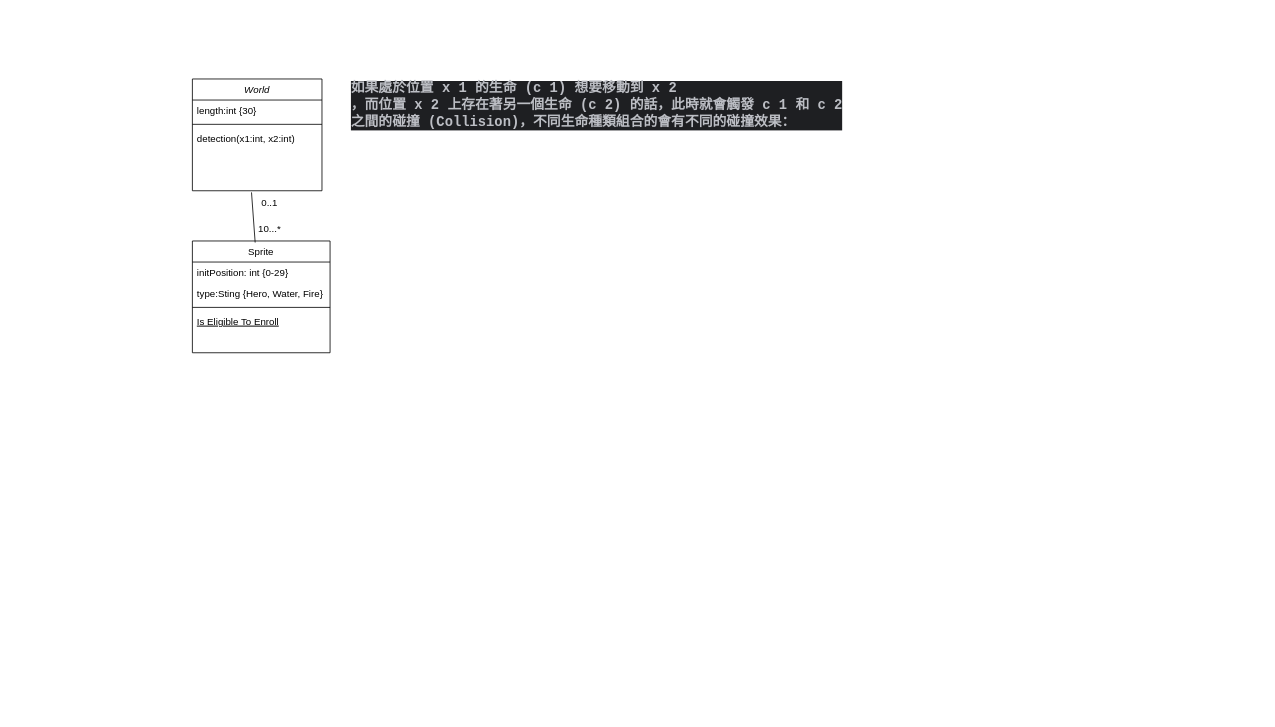
The draw.io diagram 未命名绘图.drawio in chi252525/UML, before the edit. Source tidied: cells renumbered, new cells numbered last; positions are measured from the earlier drawing's top-left corner, leaving out a move shared by most shapes. Both pictures are drawn from the tidied source at 81%, with x=0, y=0 at pixel (192, 62).
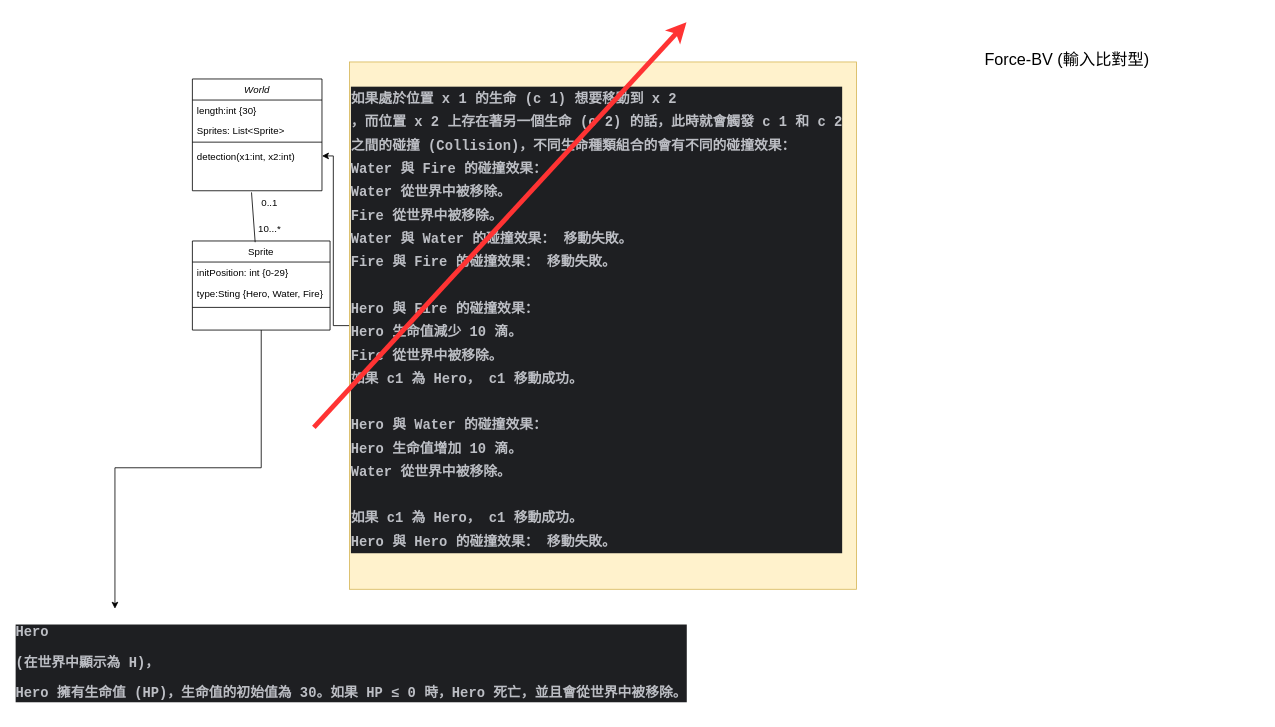
The same diagram, later.

Commit message:
更新未命名绘图.drawio

The change refers to these unchanged cells:
```xml
<mxCell id="2" value="World" style="swimlane;fontStyle=2;align=center;verticalAlign=top;horizontal=1;startSize=26;rounded=0;shadow=0;strokeWidth=1;" parent="1" vertex="1">
  <mxGeometry y="21" width="160" height="138" as="geometry" />
</mxCell>
```

The edit, as a diff of the source:
```diff
@@
     <mxCell id="3" value="length:int {30}" style="text;align=left;verticalAlign=top;spacingLeft=4;spacingRight=4;overflow=hidden;" parent="2" vertex="1">
-      <mxGeometry y="26" width="160" height="26" as="geometry" />
+      <mxGeometry y="26" width="160" height="24" as="geometry" />
     </mxCell>
+    <mxCell id="15" value="Sprites: List&lt;Sprite&gt;" style="text;align=left;verticalAlign=top;spacingLeft=4;spacingRight=4;overflow=hidden;" parent="2" vertex="1">
+      <mxGeometry y="50" width="160" height="24" as="geometry" />
+    </mxCell>
     <mxCell id="4" style="line;html=1;strokeWidth=1;align=left;verticalAlign=middle;spacingTop=-1;spacingLeft=3;spacingRight=3;labelPosition=right;" parent="2" vertex="1">
-      <mxGeometry y="52" width="160" height="8" as="geometry" />
+      <mxGeometry y="74" width="160" height="8" as="geometry" />
     </mxCell>
     <mxCell id="5" value="detection(x1:int, x2:int)" style="text;align=left;verticalAlign=top;spacingLeft=4;spacingRight=4;overflow=hidden;points=[[0,0.5],[1,0.5]];portConstraint=eastwest;" parent="2" vertex="1">
-      <mxGeometry y="60" width="160" height="26" as="geometry" />
+      <mxGeometry y="82" width="160" height="26" as="geometry" />
     </mxCell>
     <mxCell id="6" value="Sprite" style="swimlane;fontStyle=0;align=center;verticalAlign=top;horizontal=1;startSize=26;rounded=0;shadow=0;strokeWidth=1;" parent="1" vertex="1">
-      <mxGeometry y="221" width="170" height="138" as="geometry" />
+      <mxGeometry y="221" width="170" height="110" as="geometry" />
     </mxCell>
@@
-    <mxCell id="10" value="Is Eligible To Enroll" style="text;align=left;verticalAlign=top;spacingLeft=4;spacingRight=4;overflow=hidden;fontStyle=4;" parent="6" vertex="1">
-      <mxGeometry y="86" width="170" height="26" as="geometry" />
-    </mxCell>
@@
+    <mxCell id="16" style="edgeStyle=orthogonalEdgeStyle;rounded=0;jettySize=auto;html=1;" parent="1" edge="1" source="14" target="5">
+      <mxGeometry relative="1" as="geometry" />
+    </mxCell>
-    <mxCell id="14" value="&lt;h1 style=&quot;margin-top: 0px;&quot;&gt;&lt;div style=&quot;background-color:#1e1f22;color:#bcbec4&quot;&gt;&lt;pre style=&quot;font-family:'Menlo-Regular',monospace;font-size:12.8pt;&quot;&gt;如果處於位置&lt;span style=&quot;font-family:'Source Code Pro',monospace;&quot;&gt; x 1 &lt;/span&gt;的生命 &lt;span style=&quot;font-family:'Source Code Pro',monospace;&quot;&gt;(c 1) &lt;/span&gt;想要移動到&lt;span style=&quot;font-family:'Source Code Pro',monospace;&quot;&gt; x 2&lt;br&gt;&lt;/span&gt;，而位置&lt;span style=&quot;font-family:'Source Code Pro',monospace;&quot;&gt; x 2 &lt;/span&gt;上存在著另一個生命 &lt;span style=&quot;font-family:'Source Code Pro',monospace;&quot;&gt;(c 2) &lt;/span&gt;的話，此時就會觸發&lt;span style=&quot;font-family:'Source Code Pro',monospace;&quot;&gt; c 1 &lt;/span&gt;和&lt;span style=&quot;font-family:'Source Code Pro',monospace;&quot;&gt; c 2&lt;br&gt;&lt;/span&gt;之間的碰撞 &lt;span style=&quot;font-family:'Source Code Pro',monospace;&quot;&gt;(Collision)&lt;/span&gt;，不同生命種類組合的會有不同的碰撞效果：&lt;/pre&gt;&lt;/div&gt;&lt;/h1&gt;" style="text;html=1;whiteSpace=wrap;overflow=hidden;rounded=0;" parent="1" vertex="1">
-      <mxGeometry x="194" width="626" height="120" as="geometry" />
+    <mxCell id="14" value="&lt;h1 style=&quot;margin-top: 0px;&quot;&gt;&lt;div style=&quot;background-color: rgb(30, 31, 34); color: rgb(188, 190, 196);&quot;&gt;&lt;pre style=&quot;&quot;&gt;&lt;font face=&quot;Menlo-Regular, monospace&quot; color=&quot;#bcbec4&quot;&gt;&lt;span style=&quot;font-size: 17.0667px;&quot;&gt;如果處於位置 x 1 的生命 (c 1) 想要移動到 x 2&lt;br/&gt;，而位置 x 2 上存在著另一個生命 (c 2) 的話，此時就會觸發 c 1 和 c 2&lt;br/&gt;之間的碰撞 (Collision)，不同生命種類組合的會有不同的碰撞效果：&lt;br/&gt;Water 與 Fire 的碰撞效果：&lt;br/&gt;Water 從世界中被移除。&lt;br/&gt;Fire 從世界中被移除。&lt;br/&gt;Water 與 Water 的碰撞效果： 移動失敗。&lt;br/&gt;Fire 與 Fire 的碰撞效果： 移動失敗。&lt;br/&gt;&lt;br/&gt;Hero 與 Fire 的碰撞效果：&lt;br/&gt;Hero 生命值減少 10 滴。&lt;br/&gt;Fire 從世界中被移除。&lt;br/&gt;如果 c1 為 Hero， c1 移動成功。&lt;br/&gt;&lt;br/&gt;Hero 與 Water 的碰撞效果：&lt;br/&gt;Hero 生命值增加 10 滴。&lt;br/&gt;Water 從世界中被移除。&lt;br/&gt;&lt;br/&gt;如果 c1 為 Hero， c1 移動成功。&lt;br/&gt;Hero 與 Hero 的碰撞效果： 移動失敗。&lt;/span&gt;&lt;/font&gt;&lt;font face=&quot;Menlo-Regular, monospace&quot; color=&quot;rgba(0, 0, 0, 0)&quot;&gt;&lt;span style=&quot;font-size: 12.8pt;&quot;&gt;&lt;/span&gt;&lt;/font&gt;&lt;/pre&gt;&lt;/div&gt;&lt;/h1&gt;" style="text;html=1;whiteSpace=wrap;overflow=hidden;rounded=0;fillColor=#fff2cc;strokeColor=#d6b656;" parent="1" vertex="1">
+      <mxGeometry x="194" width="626" height="651" as="geometry" />
     </mxCell>
+    <mxCell id="17" value="&lt;h1 style=&quot;margin-top: 0px;&quot;&gt;&lt;div style=&quot;background-color: rgb(30, 31, 34); color: rgb(188, 190, 196);&quot;&gt;&lt;pre style=&quot;font-family:'Source Code Pro',monospace;font-size:12.8pt;&quot;&gt;Hero &lt;/pre&gt;&lt;pre style=&quot;font-family:'Source Code Pro',monospace;font-size:12.8pt;&quot;&gt;(&lt;span style=&quot;font-family:'Menlo-Regular',monospace;&quot;&gt;在世界中顯示為&lt;/span&gt; H)&lt;span style=&quot;font-family:'Menlo-Regular',monospace;&quot;&gt;，&lt;/span&gt;&lt;/pre&gt;&lt;pre style=&quot;font-family:'Source Code Pro',monospace;font-size:12.8pt;&quot;&gt;Hero &lt;span style=&quot;font-family:'Menlo-Regular',monospace;&quot;&gt;擁有生命值 &lt;/span&gt;(HP)&lt;span style=&quot;font-family:'Menlo-Regular',monospace;&quot;&gt;，生命值的初始值為&lt;/span&gt; 30&lt;span style=&quot;font-family:'Menlo-Regular',monospace;&quot;&gt;。如果&lt;/span&gt; HP ≤ 0 &lt;span style=&quot;font-family:'Menlo-Regular',monospace;&quot;&gt;時，&lt;/span&gt;Hero &lt;span style=&quot;font-family:'Menlo-Regular',monospace;&quot;&gt;死亡，並且會從世界中被移除。&lt;/span&gt;&lt;/pre&gt;&lt;/div&gt;&lt;/h1&gt;" style="text;html=1;whiteSpace=wrap;overflow=hidden;rounded=0;" parent="1" vertex="1">
+      <mxGeometry x="-220" y="671" width="870" height="130" as="geometry" />
+    </mxCell>
+    <mxCell id="18" style="edgeStyle=orthogonalEdgeStyle;rounded=0;jettySize=auto;html=1;entryX=0.143;entryY=0.031;entryDx=0;entryDy=0;entryPerimeter=0;" parent="1" edge="1" source="6" target="17">
+      <mxGeometry relative="1" as="geometry" />
+    </mxCell>
+    <mxCell id="19" style="endArrow=classic;html=1;rounded=0;fontColor=#FF3333;labelBackgroundColor=#FF3333;labelBorderColor=#FF3333;fontStyle=1;fontSize=15;strokeColor=#FF3333;strokeWidth=6;" parent="1" edge="1">
+      <mxGeometry relative="1" as="geometry">
+        <mxPoint x="150" y="451" as="sourcePoint" />
+        <mxPoint x="610" y="-49" as="targetPoint" />
+      </mxGeometry>
+    </mxCell>
+    <mxCell id="20" value="Force-BV (輸入比對型)" style="text;html=1;align=center;verticalAlign=middle;whiteSpace=wrap;rounded=0;fontSize=20;" parent="1" vertex="1">
+      <mxGeometry x="840" y="-19" width="480" height="30" as="geometry" />
+    </mxCell>
```
